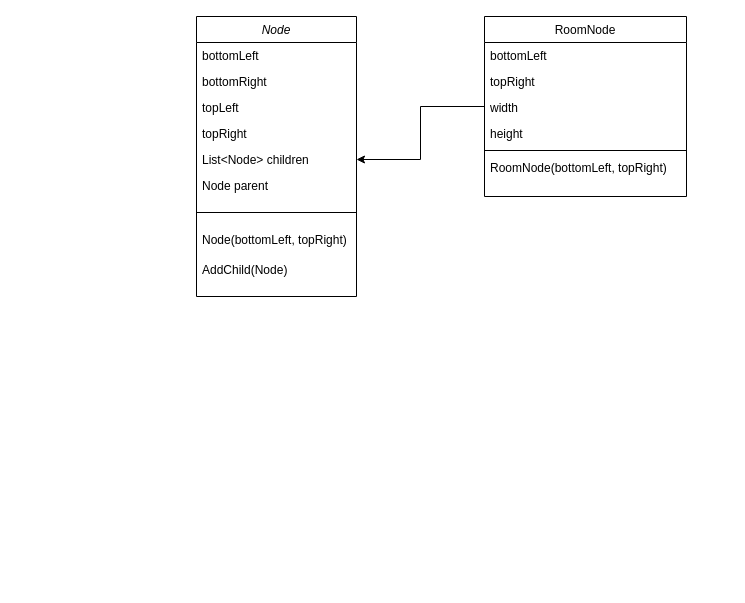
The draw.io diagram 제목 없는 다이어그램.drawio in wyllowyllo/Procedural-dungeon-generation-_-BSP-ver, before the edit. Source tidied: cells renumbered, new cells numbered last; positions are measured from the earlier drawing's top-left corner, leaving out a move shared by most shapes. Both pictures are drawn from the tidied source at 100%, with x=0, y=0 at pixel (196, 16).
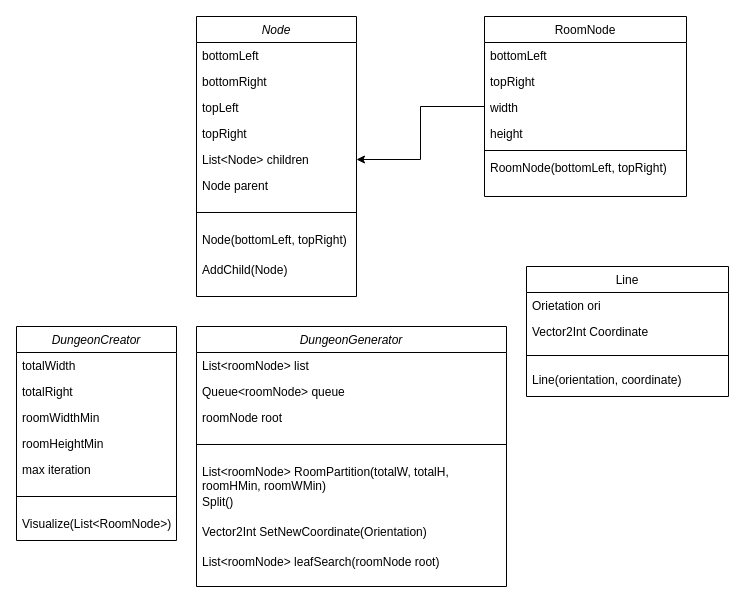
The same page after the edit.

Commit message (it also covers changes not shown here):
제목 없는 다이어그램.drawio 업데이트

What changed in the source:
```diff
@@
+    <mxCell id="20" value="DungeonCreator" style="swimlane;fontStyle=2;align=center;verticalAlign=top;horizontal=1;startSize=26;rounded=0;shadow=0;strokeWidth=1;" parent="1" vertex="1">
+      <mxGeometry x="-180" y="310" width="160" height="214" as="geometry" />
+    </mxCell>
+    <mxCell id="21" value="totalWidth" style="text;align=left;verticalAlign=top;spacingLeft=4;spacingRight=4;overflow=hidden;" parent="20" vertex="1">
+      <mxGeometry y="26" width="160" height="26" as="geometry" />
+    </mxCell>
+    <mxCell id="22" value="totalRight" style="text;align=left;verticalAlign=top;spacingLeft=4;spacingRight=4;overflow=hidden;rounded=0;shadow=0;html=0;" parent="20" vertex="1">
+      <mxGeometry y="52" width="160" height="26" as="geometry" />
+    </mxCell>
+    <mxCell id="23" value="roomWidthMin" style="text;align=left;verticalAlign=top;spacingLeft=4;spacingRight=4;overflow=hidden;rounded=0;shadow=0;html=0;" parent="20" vertex="1">
+      <mxGeometry y="78" width="160" height="26" as="geometry" />
+    </mxCell>
+    <mxCell id="24" value="roomHeightMin" style="text;align=left;verticalAlign=top;spacingLeft=4;spacingRight=4;overflow=hidden;rounded=0;shadow=0;html=0;" parent="20" vertex="1">
+      <mxGeometry y="104" width="160" height="26" as="geometry" />
+    </mxCell>
+    <mxCell id="25" value="max iteration" style="text;align=left;verticalAlign=top;spacingLeft=4;spacingRight=4;overflow=hidden;rounded=0;shadow=0;html=0;" parent="20" vertex="1">
+      <mxGeometry y="130" width="160" height="26" as="geometry" />
+    </mxCell>
+    <mxCell id="26" style="line;html=1;strokeWidth=1;align=left;verticalAlign=middle;spacingTop=-1;spacingLeft=3;spacingRight=3;labelPosition=right;" parent="20" vertex="1">
+      <mxGeometry y="156" width="160" height="28" as="geometry" />
+    </mxCell>
+    <mxCell id="27" value="Visualize(List&lt;RoomNode&gt;)" style="text;align=left;verticalAlign=top;spacingLeft=4;spacingRight=4;overflow=hidden;" parent="20" vertex="1">
+      <mxGeometry y="184" width="160" height="30" as="geometry" />
+    </mxCell>
+    <mxCell id="28" value="DungeonGenerator" style="swimlane;fontStyle=2;align=center;verticalAlign=top;horizontal=1;startSize=26;rounded=0;shadow=0;strokeWidth=1;" parent="1" vertex="1">
+      <mxGeometry y="310" width="310" height="260" as="geometry" />
+    </mxCell>
+    <mxCell id="29" value="List&lt;roomNode&gt; list" style="text;align=left;verticalAlign=top;spacingLeft=4;spacingRight=4;overflow=hidden;" parent="28" vertex="1">
+      <mxGeometry y="26" width="310" height="26" as="geometry" />
+    </mxCell>
+    <mxCell id="30" value="Queue&lt;roomNode&gt; queue" style="text;align=left;verticalAlign=top;spacingLeft=4;spacingRight=4;overflow=hidden;rounded=0;shadow=0;html=0;" parent="28" vertex="1">
+      <mxGeometry y="52" width="310" height="26" as="geometry" />
+    </mxCell>
+    <mxCell id="31" value="roomNode root" style="text;align=left;verticalAlign=top;spacingLeft=4;spacingRight=4;overflow=hidden;rounded=0;shadow=0;html=0;" parent="28" vertex="1">
+      <mxGeometry y="78" width="310" height="26" as="geometry" />
+    </mxCell>
+    <mxCell id="32" style="line;html=1;strokeWidth=1;align=left;verticalAlign=middle;spacingTop=-1;spacingLeft=3;spacingRight=3;labelPosition=right;" parent="28" vertex="1">
+      <mxGeometry y="104" width="310" height="28" as="geometry" />
+    </mxCell>
+    <mxCell id="33" value="List&lt;roomNode&gt; RoomPartition(totalW, totalH,&#10;roomHMin, roomWMin)" style="text;align=left;verticalAlign=top;spacingLeft=4;spacingRight=4;overflow=hidden;" parent="28" vertex="1">
+      <mxGeometry y="132" width="310" height="30" as="geometry" />
+    </mxCell>
+    <mxCell id="34" value="Split()" style="text;align=left;verticalAlign=top;spacingLeft=4;spacingRight=4;overflow=hidden;" parent="28" vertex="1">
+      <mxGeometry y="162" width="310" height="30" as="geometry" />
+    </mxCell>
+    <mxCell id="35" value="Vector2Int SetNewCoordinate(Orientation)" style="text;align=left;verticalAlign=top;spacingLeft=4;spacingRight=4;overflow=hidden;" parent="28" vertex="1">
+      <mxGeometry y="192" width="310" height="30" as="geometry" />
+    </mxCell>
+    <mxCell id="36" value="List&lt;roomNode&gt; leafSearch(roomNode root)" style="text;align=left;verticalAlign=top;spacingLeft=4;spacingRight=4;overflow=hidden;" parent="28" vertex="1">
+      <mxGeometry y="222" width="310" height="30" as="geometry" />
+    </mxCell>
+    <mxCell id="37" value="Line" style="swimlane;fontStyle=0;align=center;verticalAlign=top;horizontal=1;startSize=26;rounded=0;shadow=0;strokeWidth=1;" parent="1" vertex="1">
+      <mxGeometry x="330" y="250" width="202" height="130" as="geometry" />
+    </mxCell>
+    <mxCell id="38" value="Orietation ori" style="text;align=left;verticalAlign=top;spacingLeft=4;spacingRight=4;overflow=hidden;" parent="37" vertex="1">
+      <mxGeometry y="26" width="202" height="26" as="geometry" />
+    </mxCell>
+    <mxCell id="39" value="Vector2Int Coordinate" style="text;align=left;verticalAlign=top;spacingLeft=4;spacingRight=4;overflow=hidden;rounded=0;shadow=0;html=0;" parent="37" vertex="1">
+      <mxGeometry y="52" width="202" height="26" as="geometry" />
+    </mxCell>
+    <mxCell id="40" style="line;html=1;strokeWidth=1;align=left;verticalAlign=middle;spacingTop=-1;spacingLeft=3;spacingRight=3;labelPosition=right;" parent="37" vertex="1">
+      <mxGeometry y="78" width="202" height="22" as="geometry" />
+    </mxCell>
+    <mxCell id="41" value="Line(orientation, coordinate)" style="text;align=left;verticalAlign=top;spacingLeft=4;spacingRight=4;overflow=hidden;" parent="37" vertex="1">
+      <mxGeometry y="100" width="202" height="30" as="geometry" />
+    </mxCell>
```
